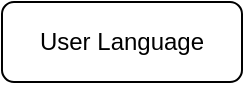
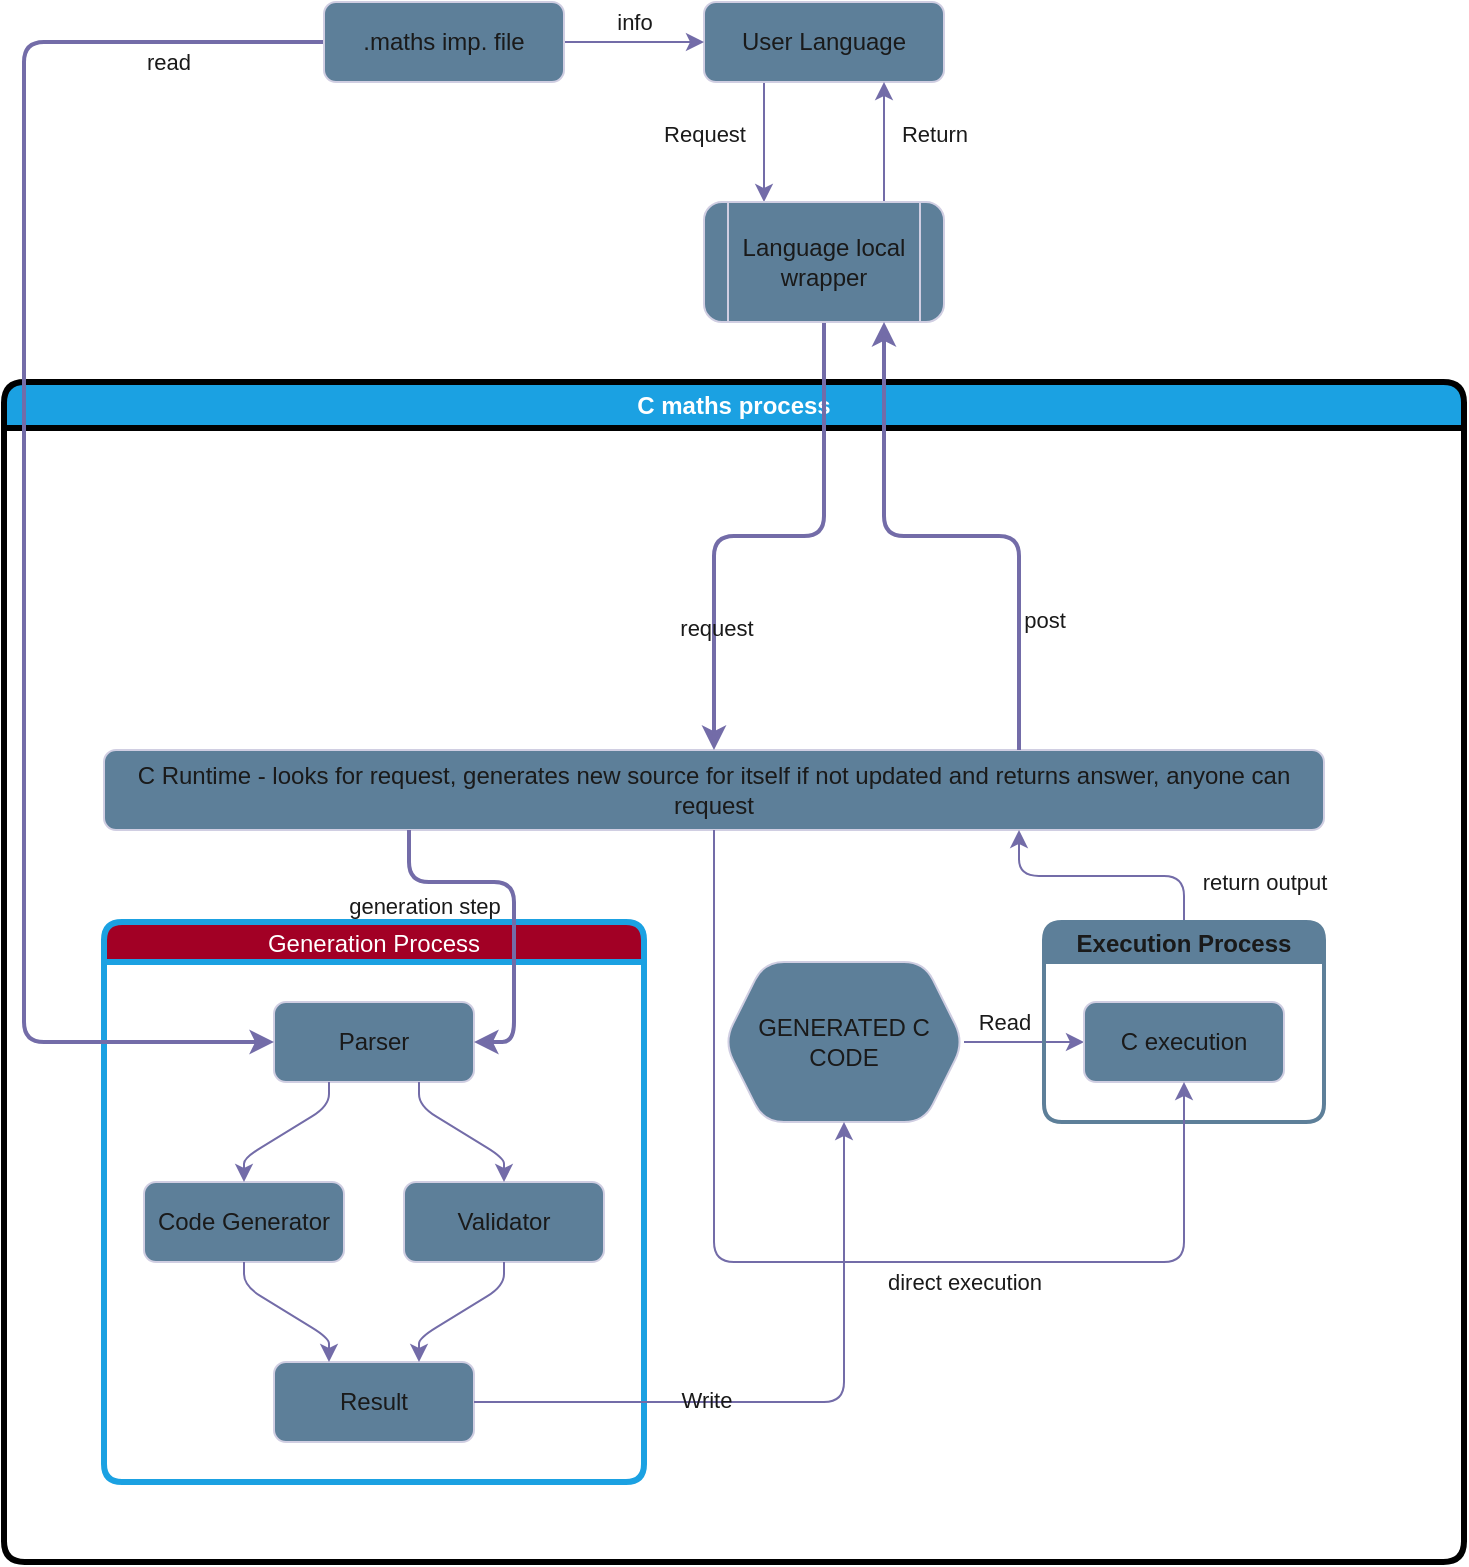
<mxfile host="Electron">
  <diagram name="Page-1" id="psxUy0d_adHFMmyrAewy">
-     <mxGraphModel dx="1412" dy="997" grid="1" gridSize="10" guides="1" tooltips="1" connect="1" arrows="1" fold="1" page="1" pageScale="1" pageWidth="1169" pageHeight="827" background="none" math="0" shadow="0" adaptiveColors="auto">
+     <mxGraphModel dx="510" dy="360" grid="1" gridSize="10" guides="1" tooltips="1" connect="1" arrows="1" fold="1" page="1" pageScale="1" pageWidth="1169" pageHeight="827" background="none" math="0" shadow="0" adaptiveColors="auto">
      <root>
        <mxCell id="0" />
        <mxCell id="1" parent="0" />
-         <mxCell id="f3RW_dcl9wstU-gMcRCD-15" edge="1" parent="1" source="f3RW_dcl9wstU-gMcRCD-13" style="edgeStyle=orthogonalEdgeStyle;rounded=1;orthogonalLoop=1;jettySize=auto;html=1;exitX=0.25;exitY=1;exitDx=0;exitDy=0;entryX=0.25;entryY=0;entryDx=0;entryDy=0;labelBackgroundColor=none;fontColor=default;" target="f3RW_dcl9wstU-gMcRCD-14">
+         <mxCell id="f3RW_dcl9wstU-gMcRCD-69" parent="1" style="swimlane;whiteSpace=wrap;html=1;labelBackgroundColor=none;rounded=1;swimlaneFillColor=light-dark(#FFFFFF,#1A1A1A);fillStyle=auto;fillColor=light-dark(#1BA1E2,#FFE599);fontColor=#ffffff;strokeColor=light-dark(#000000,#FFCC99);strokeWidth=3;" value="C maths process" vertex="1">
+           <mxGeometry height="590" width="730" x="210" y="230" as="geometry" />
+         </mxCell>
+         <mxCell id="f3RW_dcl9wstU-gMcRCD-88" parent="f3RW_dcl9wstU-gMcRCD-69" style="rounded=1;whiteSpace=wrap;html=1;labelBackgroundColor=none;fillColor=#5D7F99;strokeColor=#D0CEE2;fontColor=#1A1A1A;" value="C Runtime - looks for request, generates new source for itself if not updated and returns answer, anyone can request" vertex="1">
+           <mxGeometry height="40" width="610" x="50" y="184" as="geometry" />
+         </mxCell>
+         <mxCell id="f3RW_dcl9wstU-gMcRCD-15" edge="1" parent="1" source="f3RW_dcl9wstU-gMcRCD-13" style="edgeStyle=orthogonalEdgeStyle;rounded=1;orthogonalLoop=1;jettySize=auto;html=1;exitX=0.25;exitY=1;exitDx=0;exitDy=0;entryX=0.25;entryY=0;entryDx=0;entryDy=0;labelBackgroundColor=none;fontColor=default;strokeColor=#736CA8;" target="f3RW_dcl9wstU-gMcRCD-14">
          <mxGeometry relative="1" as="geometry" />
        </mxCell>
-         <mxCell id="f3RW_dcl9wstU-gMcRCD-17" connectable="0" parent="f3RW_dcl9wstU-gMcRCD-15" style="edgeLabel;html=1;align=center;verticalAlign=middle;resizable=0;points=[];labelBackgroundColor=none;rounded=1;" value="Request" vertex="1">
+         <mxCell id="f3RW_dcl9wstU-gMcRCD-17" connectable="0" parent="f3RW_dcl9wstU-gMcRCD-15" style="edgeLabel;html=1;align=center;verticalAlign=middle;resizable=0;points=[];labelBackgroundColor=none;rounded=1;fontColor=#1A1A1A;" value="Request" vertex="1">
          <mxGeometry relative="1" x="-0.1533" as="geometry">
            <mxPoint x="-30" as="offset" />
          </mxGeometry>
        </mxCell>
-         <mxCell id="f3RW_dcl9wstU-gMcRCD-13" parent="1" style="rounded=1;whiteSpace=wrap;html=1;labelBackgroundColor=none;" value="User Language" vertex="1">
+         <mxCell id="f3RW_dcl9wstU-gMcRCD-13" parent="1" style="rounded=1;whiteSpace=wrap;html=1;labelBackgroundColor=none;fillColor=#5D7F99;strokeColor=#D0CEE2;fontColor=#1A1A1A;" value="User Language" vertex="1">
          <mxGeometry height="40" width="120" x="560" y="40" as="geometry" />
        </mxCell>
-         <mxCell id="f3RW_dcl9wstU-gMcRCD-16" edge="1" parent="1" source="f3RW_dcl9wstU-gMcRCD-14" style="edgeStyle=orthogonalEdgeStyle;rounded=1;orthogonalLoop=1;jettySize=auto;html=1;exitX=0.75;exitY=0;exitDx=0;exitDy=0;entryX=0.75;entryY=1;entryDx=0;entryDy=0;labelBackgroundColor=none;fontColor=default;" target="f3RW_dcl9wstU-gMcRCD-13">
+         <mxCell id="f3RW_dcl9wstU-gMcRCD-16" edge="1" parent="1" source="f3RW_dcl9wstU-gMcRCD-14" style="edgeStyle=orthogonalEdgeStyle;rounded=1;orthogonalLoop=1;jettySize=auto;html=1;exitX=0.75;exitY=0;exitDx=0;exitDy=0;entryX=0.75;entryY=1;entryDx=0;entryDy=0;labelBackgroundColor=none;fontColor=default;strokeColor=#736CA8;" target="f3RW_dcl9wstU-gMcRCD-13">
          <mxGeometry relative="1" as="geometry" />
        </mxCell>
-         <mxCell id="f3RW_dcl9wstU-gMcRCD-18" connectable="0" parent="f3RW_dcl9wstU-gMcRCD-16" style="edgeLabel;html=1;align=center;verticalAlign=middle;resizable=0;points=[];labelBackgroundColor=none;rounded=1;" value="Return" vertex="1">
+         <mxCell id="f3RW_dcl9wstU-gMcRCD-18" connectable="0" parent="f3RW_dcl9wstU-gMcRCD-16" style="edgeLabel;html=1;align=center;verticalAlign=middle;resizable=0;points=[];labelBackgroundColor=none;rounded=1;fontColor=#1A1A1A;" value="Return" vertex="1">
          <mxGeometry relative="1" x="0.1267" as="geometry">
            <mxPoint x="25" as="offset" />
          </mxGeometry>
        </mxCell>
- <<<<<<< HEAD
-         <mxCell id="f3RW_dcl9wstU-gMcRCD-92" edge="1" parent="1" source="f3RW_dcl9wstU-gMcRCD-14" style="edgeStyle=orthogonalEdgeStyle;rounded=1;orthogonalLoop=1;jettySize=auto;html=1;entryX=0.5;entryY=0;entryDx=0;entryDy=0;curved=0;" target="f3RW_dcl9wstU-gMcRCD-88">
+         <mxCell id="f3RW_dcl9wstU-gMcRCD-92" edge="1" parent="1" source="f3RW_dcl9wstU-gMcRCD-14" style="edgeStyle=orthogonalEdgeStyle;rounded=1;orthogonalLoop=1;jettySize=auto;html=1;entryX=0.5;entryY=0;entryDx=0;entryDy=0;curved=0;labelBackgroundColor=none;strokeColor=#736CA8;fontColor=default;strokeWidth=2;" target="f3RW_dcl9wstU-gMcRCD-88">
          <mxGeometry relative="1" as="geometry" />
        </mxCell>
-         <mxCell id="f3RW_dcl9wstU-gMcRCD-98" connectable="0" parent="f3RW_dcl9wstU-gMcRCD-92" style="edgeLabel;html=1;align=center;verticalAlign=middle;resizable=0;points=[];" value="request" vertex="1">
+         <mxCell id="f3RW_dcl9wstU-gMcRCD-98" connectable="0" parent="f3RW_dcl9wstU-gMcRCD-92" style="edgeLabel;html=1;align=center;verticalAlign=middle;resizable=0;points=[];labelBackgroundColor=none;fontColor=#1A1A1A;" value="request" vertex="1">
          <mxGeometry relative="1" x="0.5455" y="1" as="geometry">
            <mxPoint as="offset" />
- =======
-         <mxCell id="f3RW_dcl9wstU-gMcRCD-104" edge="1" parent="1" source="f3RW_dcl9wstU-gMcRCD-14" style="edgeStyle=orthogonalEdgeStyle;rounded=1;orthogonalLoop=1;jettySize=auto;html=1;exitX=0.25;exitY=1;exitDx=0;exitDy=0;entryX=0.5;entryY=0;entryDx=0;entryDy=0;curved=0;" target="f3RW_dcl9wstU-gMcRCD-100">
-           <mxGeometry relative="1" as="geometry">
-             <Array as="points">
-               <mxPoint x="590" y="220" />
-               <mxPoint x="555" y="220" />
-             </Array>
- >>>>>>> 6be4e7c (creating listener)
          </mxGeometry>
        </mxCell>
-         <mxCell id="f3RW_dcl9wstU-gMcRCD-14" parent="1" style="shape=process;whiteSpace=wrap;html=1;backgroundOutline=1;labelBackgroundColor=none;rounded=1;" value="Language local wrapper" vertex="1">
+         <mxCell id="f3RW_dcl9wstU-gMcRCD-14" parent="1" style="shape=process;whiteSpace=wrap;html=1;backgroundOutline=1;labelBackgroundColor=none;rounded=1;fillColor=#5D7F99;strokeColor=#D0CEE2;fontColor=#1A1A1A;" value="Language local wrapper" vertex="1">
          <mxGeometry height="60" width="120" x="560" y="140" as="geometry" />
        </mxCell>
-         <mxCell id="f3RW_dcl9wstU-gMcRCD-26" parent="1" style="swimlane;startSize=20;horizontal=1;childLayout=flowLayout;flowOrientation=north;resizable=0;interRankCellSpacing=50;containerType=tree;fontSize=12;fontStyle=0;labelBackgroundColor=none;rounded=1;" value="Generation Process" vertex="1">
+         <mxCell id="f3RW_dcl9wstU-gMcRCD-26" parent="1" style="swimlane;startSize=20;horizontal=1;childLayout=flowLayout;flowOrientation=north;resizable=0;interRankCellSpacing=50;containerType=tree;fontSize=12;fontStyle=0;labelBackgroundColor=none;rounded=1;fillColor=light-dark(#A20025,#FF9933);strokeColor=light-dark(#1BA1E2,#FF9933);fontColor=#ffffff;swimlaneFillColor=light-dark(#FFFFFF,#006600);strokeWidth=3;" value="Generation Process" vertex="1">
          <mxGeometry height="280" width="270" x="260" y="500" as="geometry" />
        </mxCell>
-         <mxCell id="f3RW_dcl9wstU-gMcRCD-27" parent="f3RW_dcl9wstU-gMcRCD-26" style="whiteSpace=wrap;html=1;labelBackgroundColor=none;rounded=1;" value="Parser" vertex="1">
+         <mxCell id="f3RW_dcl9wstU-gMcRCD-27" parent="f3RW_dcl9wstU-gMcRCD-26" style="whiteSpace=wrap;html=1;labelBackgroundColor=none;rounded=1;fillColor=#5D7F99;strokeColor=#D0CEE2;fontColor=#1A1A1A;" value="Parser" vertex="1">
          <mxGeometry height="40" width="100" x="85" y="40" as="geometry" />
        </mxCell>
-         <mxCell id="f3RW_dcl9wstU-gMcRCD-28" parent="f3RW_dcl9wstU-gMcRCD-26" style="whiteSpace=wrap;html=1;labelBackgroundColor=none;rounded=1;" value="Code Generator" vertex="1">
+         <mxCell id="f3RW_dcl9wstU-gMcRCD-28" parent="f3RW_dcl9wstU-gMcRCD-26" style="whiteSpace=wrap;html=1;labelBackgroundColor=none;rounded=1;fillColor=#5D7F99;strokeColor=#D0CEE2;fontColor=#1A1A1A;" value="Code Generator" vertex="1">
          <mxGeometry height="40" width="100" x="20" y="130" as="geometry" />
        </mxCell>
-         <mxCell id="f3RW_dcl9wstU-gMcRCD-29" edge="1" parent="f3RW_dcl9wstU-gMcRCD-26" source="f3RW_dcl9wstU-gMcRCD-27" style="html=1;rounded=1;curved=0;sourcePerimeterSpacing=0;targetPerimeterSpacing=0;startSize=6;endSize=6;noEdgeStyle=1;orthogonal=1;labelBackgroundColor=none;fontColor=default;" target="f3RW_dcl9wstU-gMcRCD-28" value="">
+         <mxCell id="f3RW_dcl9wstU-gMcRCD-29" edge="1" parent="f3RW_dcl9wstU-gMcRCD-26" source="f3RW_dcl9wstU-gMcRCD-27" style="html=1;rounded=1;curved=0;sourcePerimeterSpacing=0;targetPerimeterSpacing=0;startSize=6;endSize=6;noEdgeStyle=1;orthogonal=1;labelBackgroundColor=none;fontColor=default;strokeColor=#736CA8;" target="f3RW_dcl9wstU-gMcRCD-28" value="">
          <mxGeometry relative="1" as="geometry">
            <Array as="points">
              <mxPoint x="112.5" y="92" />
              <mxPoint x="70" y="118" />
            </Array>
          </mxGeometry>
        </mxCell>
-         <mxCell id="f3RW_dcl9wstU-gMcRCD-30" parent="f3RW_dcl9wstU-gMcRCD-26" style="whiteSpace=wrap;html=1;labelBackgroundColor=none;rounded=1;" value="Validator" vertex="1">
+         <mxCell id="f3RW_dcl9wstU-gMcRCD-30" parent="f3RW_dcl9wstU-gMcRCD-26" style="whiteSpace=wrap;html=1;labelBackgroundColor=none;rounded=1;fillColor=#5D7F99;strokeColor=#D0CEE2;fontColor=#1A1A1A;" value="Validator" vertex="1">
          <mxGeometry height="40" width="100" x="150" y="130" as="geometry" />
        </mxCell>
-         <mxCell id="f3RW_dcl9wstU-gMcRCD-31" edge="1" parent="f3RW_dcl9wstU-gMcRCD-26" source="f3RW_dcl9wstU-gMcRCD-27" style="html=1;rounded=1;curved=0;sourcePerimeterSpacing=0;targetPerimeterSpacing=0;startSize=6;endSize=6;noEdgeStyle=1;orthogonal=1;labelBackgroundColor=none;fontColor=default;" target="f3RW_dcl9wstU-gMcRCD-30" value="">
+         <mxCell id="f3RW_dcl9wstU-gMcRCD-31" edge="1" parent="f3RW_dcl9wstU-gMcRCD-26" source="f3RW_dcl9wstU-gMcRCD-27" style="html=1;rounded=1;curved=0;sourcePerimeterSpacing=0;targetPerimeterSpacing=0;startSize=6;endSize=6;noEdgeStyle=1;orthogonal=1;labelBackgroundColor=none;fontColor=default;strokeColor=#736CA8;" target="f3RW_dcl9wstU-gMcRCD-30" value="">
          <mxGeometry relative="1" as="geometry">
            <Array as="points">
              <mxPoint x="157.5" y="92" />
              <mxPoint x="200" y="118" />
            </Array>
          </mxGeometry>
        </mxCell>
-         <mxCell id="f3RW_dcl9wstU-gMcRCD-32" parent="f3RW_dcl9wstU-gMcRCD-26" style="whiteSpace=wrap;html=1;labelBackgroundColor=none;rounded=1;" value="Result" vertex="1">
+         <mxCell id="f3RW_dcl9wstU-gMcRCD-32" parent="f3RW_dcl9wstU-gMcRCD-26" style="whiteSpace=wrap;html=1;labelBackgroundColor=none;rounded=1;fillColor=#5D7F99;strokeColor=#D0CEE2;fontColor=#1A1A1A;" value="Result" vertex="1">
          <mxGeometry height="40" width="100" x="85" y="220" as="geometry" />
        </mxCell>
-         <mxCell id="f3RW_dcl9wstU-gMcRCD-33" edge="1" parent="f3RW_dcl9wstU-gMcRCD-26" source="f3RW_dcl9wstU-gMcRCD-28" style="html=1;rounded=1;curved=0;sourcePerimeterSpacing=0;targetPerimeterSpacing=0;startSize=6;endSize=6;noEdgeStyle=1;orthogonal=1;labelBackgroundColor=none;fontColor=default;" target="f3RW_dcl9wstU-gMcRCD-32" value="">
+         <mxCell id="f3RW_dcl9wstU-gMcRCD-33" edge="1" parent="f3RW_dcl9wstU-gMcRCD-26" source="f3RW_dcl9wstU-gMcRCD-28" style="html=1;rounded=1;curved=0;sourcePerimeterSpacing=0;targetPerimeterSpacing=0;startSize=6;endSize=6;noEdgeStyle=1;orthogonal=1;labelBackgroundColor=none;fontColor=default;strokeColor=#736CA8;" target="f3RW_dcl9wstU-gMcRCD-32" value="">
          <mxGeometry relative="1" as="geometry">
            <Array as="points">
              <mxPoint x="70" y="182" />
              <mxPoint x="112.5" y="208" />
            </Array>
          </mxGeometry>
        </mxCell>
-         <mxCell id="f3RW_dcl9wstU-gMcRCD-34" edge="1" parent="f3RW_dcl9wstU-gMcRCD-26" source="f3RW_dcl9wstU-gMcRCD-30" style="html=1;rounded=1;curved=0;sourcePerimeterSpacing=0;targetPerimeterSpacing=0;startSize=6;endSize=6;noEdgeStyle=1;orthogonal=1;labelBackgroundColor=none;fontColor=default;" target="f3RW_dcl9wstU-gMcRCD-32" value="">
+         <mxCell id="f3RW_dcl9wstU-gMcRCD-34" edge="1" parent="f3RW_dcl9wstU-gMcRCD-26" source="f3RW_dcl9wstU-gMcRCD-30" style="html=1;rounded=1;curved=0;sourcePerimeterSpacing=0;targetPerimeterSpacing=0;startSize=6;endSize=6;noEdgeStyle=1;orthogonal=1;labelBackgroundColor=none;fontColor=default;strokeColor=#736CA8;" target="f3RW_dcl9wstU-gMcRCD-32" value="">
          <mxGeometry relative="1" as="geometry">
            <Array as="points">
              <mxPoint x="200" y="182" />
              <mxPoint x="157.5" y="208" />
            </Array>
          </mxGeometry>
        </mxCell>
-         <mxCell id="f3RW_dcl9wstU-gMcRCD-39" edge="1" parent="1" source="f3RW_dcl9wstU-gMcRCD-38" style="edgeStyle=orthogonalEdgeStyle;rounded=1;orthogonalLoop=1;jettySize=auto;html=1;entryX=0;entryY=0.5;entryDx=0;entryDy=0;labelBackgroundColor=none;fontColor=default;" target="f3RW_dcl9wstU-gMcRCD-13">
+         <mxCell id="f3RW_dcl9wstU-gMcRCD-39" edge="1" parent="1" source="f3RW_dcl9wstU-gMcRCD-38" style="edgeStyle=orthogonalEdgeStyle;rounded=1;orthogonalLoop=1;jettySize=auto;html=1;entryX=0;entryY=0.5;entryDx=0;entryDy=0;labelBackgroundColor=none;fontColor=default;strokeColor=#736CA8;" target="f3RW_dcl9wstU-gMcRCD-13">
          <mxGeometry relative="1" as="geometry" />
        </mxCell>
-         <mxCell id="f3RW_dcl9wstU-gMcRCD-40" connectable="0" parent="f3RW_dcl9wstU-gMcRCD-39" style="edgeLabel;html=1;align=center;verticalAlign=middle;resizable=0;points=[];labelBackgroundColor=none;rounded=1;" value="info" vertex="1">
+         <mxCell id="f3RW_dcl9wstU-gMcRCD-40" connectable="0" parent="f3RW_dcl9wstU-gMcRCD-39" style="edgeLabel;html=1;align=center;verticalAlign=middle;resizable=0;points=[];labelBackgroundColor=none;rounded=1;fontColor=#1A1A1A;" value="info" vertex="1">
          <mxGeometry relative="1" x="0.0019" y="1" as="geometry">
            <mxPoint y="-9" as="offset" />
          </mxGeometry>
        </mxCell>
-         <mxCell id="f3RW_dcl9wstU-gMcRCD-41" edge="1" parent="1" source="f3RW_dcl9wstU-gMcRCD-38" style="edgeStyle=orthogonalEdgeStyle;rounded=1;orthogonalLoop=1;jettySize=auto;html=1;entryX=0;entryY=0.5;entryDx=0;entryDy=0;labelBackgroundColor=none;fontColor=default;" target="f3RW_dcl9wstU-gMcRCD-27">
+         <mxCell id="f3RW_dcl9wstU-gMcRCD-41" edge="1" parent="1" source="f3RW_dcl9wstU-gMcRCD-38" style="edgeStyle=orthogonalEdgeStyle;rounded=1;orthogonalLoop=1;jettySize=auto;html=1;entryX=0;entryY=0.5;entryDx=0;entryDy=0;labelBackgroundColor=none;fontColor=default;strokeColor=#736CA8;startSize=6;strokeWidth=2;" target="f3RW_dcl9wstU-gMcRCD-27">
          <mxGeometry relative="1" as="geometry">
            <Array as="points">
              <mxPoint x="220" y="60" />
              <mxPoint x="220" y="560" />
            </Array>
            <mxPoint x="340" y="290" as="targetPoint" />
          </mxGeometry>
        </mxCell>
-         <mxCell id="f3RW_dcl9wstU-gMcRCD-38" parent="1" style="rounded=1;whiteSpace=wrap;html=1;labelBackgroundColor=none;" value=".maths imp. file" vertex="1">
+         <mxCell id="5GwrHA7BREEC_FhTgs8e-1" connectable="0" parent="f3RW_dcl9wstU-gMcRCD-41" style="edgeLabel;html=1;align=center;verticalAlign=middle;resizable=0;points=[];labelBackgroundColor=none;fontColor=#1A1A1A;" value="read" vertex="1">
+           <mxGeometry relative="1" x="-0.7987" y="-4" as="geometry">
+             <mxPoint y="14" as="offset" />
+           </mxGeometry>
+         </mxCell>
+         <mxCell id="f3RW_dcl9wstU-gMcRCD-38" parent="1" style="rounded=1;whiteSpace=wrap;html=1;labelBackgroundColor=none;fillColor=#5D7F99;strokeColor=#D0CEE2;fontColor=#1A1A1A;" value=".maths imp. file" vertex="1">
          <mxGeometry height="40" width="120" x="370" y="40" as="geometry" />
        </mxCell>
-         <mxCell id="f3RW_dcl9wstU-gMcRCD-55" edge="1" parent="1" source="f3RW_dcl9wstU-gMcRCD-42" style="edgeStyle=orthogonalEdgeStyle;rounded=1;orthogonalLoop=1;jettySize=auto;html=1;entryX=0;entryY=0.5;entryDx=0;entryDy=0;labelBackgroundColor=none;fontColor=default;" target="f3RW_dcl9wstU-gMcRCD-46">
+         <mxCell id="f3RW_dcl9wstU-gMcRCD-55" edge="1" parent="1" source="f3RW_dcl9wstU-gMcRCD-42" style="edgeStyle=orthogonalEdgeStyle;rounded=1;orthogonalLoop=1;jettySize=auto;html=1;entryX=0;entryY=0.5;entryDx=0;entryDy=0;labelBackgroundColor=none;fontColor=default;strokeColor=#736CA8;" target="f3RW_dcl9wstU-gMcRCD-46">
          <mxGeometry relative="1" as="geometry" />
        </mxCell>
-         <mxCell id="f3RW_dcl9wstU-gMcRCD-56" connectable="0" parent="f3RW_dcl9wstU-gMcRCD-55" style="edgeLabel;html=1;align=center;verticalAlign=middle;resizable=0;points=[];labelBackgroundColor=none;rounded=1;" value="Read" vertex="1">
+         <mxCell id="f3RW_dcl9wstU-gMcRCD-56" connectable="0" parent="f3RW_dcl9wstU-gMcRCD-55" style="edgeLabel;html=1;align=center;verticalAlign=middle;resizable=0;points=[];labelBackgroundColor=none;rounded=1;fontColor=#1A1A1A;" value="Read" vertex="1">
          <mxGeometry relative="1" x="-0.472" y="2" as="geometry">
            <mxPoint x="4" y="-8" as="offset" />
          </mxGeometry>
        </mxCell>
-         <mxCell id="f3RW_dcl9wstU-gMcRCD-42" parent="1" style="shape=hexagon;perimeter=hexagonPerimeter2;whiteSpace=wrap;html=1;fixedSize=1;labelBackgroundColor=none;rounded=1;" value="GENERATED C CODE" vertex="1">
+         <mxCell id="f3RW_dcl9wstU-gMcRCD-42" parent="1" style="shape=hexagon;perimeter=hexagonPerimeter2;whiteSpace=wrap;html=1;fixedSize=1;labelBackgroundColor=none;rounded=1;fillColor=#5D7F99;strokeColor=#D0CEE2;fontColor=#1A1A1A;" value="GENERATED C CODE" vertex="1">
          <mxGeometry height="80" width="120" x="570" y="520" as="geometry" />
        </mxCell>
-         <mxCell id="f3RW_dcl9wstU-gMcRCD-43" edge="1" parent="1" source="f3RW_dcl9wstU-gMcRCD-32" style="edgeStyle=orthogonalEdgeStyle;rounded=1;orthogonalLoop=1;jettySize=auto;html=1;labelBackgroundColor=none;fontColor=default;" target="f3RW_dcl9wstU-gMcRCD-42">
+         <mxCell id="f3RW_dcl9wstU-gMcRCD-43" edge="1" parent="1" source="f3RW_dcl9wstU-gMcRCD-32" style="edgeStyle=orthogonalEdgeStyle;rounded=1;orthogonalLoop=1;jettySize=auto;html=1;labelBackgroundColor=none;fontColor=default;strokeColor=#736CA8;" target="f3RW_dcl9wstU-gMcRCD-42">
          <mxGeometry relative="1" as="geometry" />
        </mxCell>
-         <mxCell id="f3RW_dcl9wstU-gMcRCD-44" connectable="0" parent="f3RW_dcl9wstU-gMcRCD-43" style="edgeLabel;html=1;align=center;verticalAlign=middle;resizable=0;points=[];labelBackgroundColor=none;rounded=1;" value="Write" vertex="1">
+         <mxCell id="f3RW_dcl9wstU-gMcRCD-44" connectable="0" parent="f3RW_dcl9wstU-gMcRCD-43" style="edgeLabel;html=1;align=center;verticalAlign=middle;resizable=0;points=[];labelBackgroundColor=none;rounded=1;fontColor=#1A1A1A;" value="Write" vertex="1">
          <mxGeometry relative="1" x="-0.2882" y="1" as="geometry">
            <mxPoint as="offset" />
          </mxGeometry>
        </mxCell>
-         <mxCell id="f3RW_dcl9wstU-gMcRCD-89" edge="1" parent="1" source="f3RW_dcl9wstU-gMcRCD-45" style="edgeStyle=orthogonalEdgeStyle;rounded=1;orthogonalLoop=1;jettySize=auto;html=1;entryX=0.75;entryY=1;entryDx=0;entryDy=0;curved=0;" target="f3RW_dcl9wstU-gMcRCD-88">
+         <mxCell id="f3RW_dcl9wstU-gMcRCD-89" edge="1" parent="1" source="f3RW_dcl9wstU-gMcRCD-45" style="edgeStyle=orthogonalEdgeStyle;rounded=1;orthogonalLoop=1;jettySize=auto;html=1;entryX=0.75;entryY=1;entryDx=0;entryDy=0;curved=0;labelBackgroundColor=none;strokeColor=#736CA8;fontColor=default;" target="f3RW_dcl9wstU-gMcRCD-88">
          <mxGeometry relative="1" as="geometry" />
        </mxCell>
-         <mxCell id="f3RW_dcl9wstU-gMcRCD-97" connectable="0" parent="f3RW_dcl9wstU-gMcRCD-89" style="edgeLabel;html=1;align=center;verticalAlign=middle;resizable=0;points=[];" value="return output" vertex="1">
+         <mxCell id="f3RW_dcl9wstU-gMcRCD-97" connectable="0" parent="f3RW_dcl9wstU-gMcRCD-89" style="edgeLabel;html=1;align=center;verticalAlign=middle;resizable=0;points=[];labelBackgroundColor=none;fontColor=#1A1A1A;" value="return output" vertex="1">
          <mxGeometry relative="1" x="-0.5896" y="2" as="geometry">
            <mxPoint x="43" y="1" as="offset" />
          </mxGeometry>
        </mxCell>
-         <mxCell id="f3RW_dcl9wstU-gMcRCD-45" parent="1" style="swimlane;startSize=20;horizontal=1;childLayout=flowLayout;flowOrientation=north;resizable=0;interRankCellSpacing=50;containerType=tree;fontSize=12;labelBackgroundColor=none;rounded=1;" value="Execution Process" vertex="1">
+         <mxCell id="f3RW_dcl9wstU-gMcRCD-45" parent="1" style="swimlane;startSize=20;horizontal=1;childLayout=flowLayout;flowOrientation=north;resizable=0;interRankCellSpacing=50;containerType=tree;fontSize=12;labelBackgroundColor=none;rounded=1;fillColor=light-dark(#5D7F99,#67AB9F);strokeColor=light-dark(#5D7F99,#67AB9F);fontColor=#1A1A1A;strokeWidth=2;" value="Execution Process" vertex="1">
          <mxGeometry height="100" width="140" x="730" y="500" as="geometry" />
        </mxCell>
-         <mxCell id="f3RW_dcl9wstU-gMcRCD-46" parent="f3RW_dcl9wstU-gMcRCD-45" style="whiteSpace=wrap;html=1;labelBackgroundColor=none;rounded=1;" value="C execution" vertex="1">
+         <mxCell id="f3RW_dcl9wstU-gMcRCD-46" parent="f3RW_dcl9wstU-gMcRCD-45" style="whiteSpace=wrap;html=1;labelBackgroundColor=none;rounded=1;fillColor=#5D7F99;strokeColor=#D0CEE2;fontColor=#1A1A1A;" value="C execution" vertex="1">
          <mxGeometry height="40" width="100" x="20" y="40" as="geometry" />
        </mxCell>
-         <mxCell id="f3RW_dcl9wstU-gMcRCD-69" parent="1" style="swimlane;whiteSpace=wrap;html=1;labelBackgroundColor=none;rounded=1;" value="C maths process" vertex="1">
-           <mxGeometry height="590" width="730" x="210" y="230" as="geometry" />
-         </mxCell>
-         <mxCell id="f3RW_dcl9wstU-gMcRCD-88" parent="f3RW_dcl9wstU-gMcRCD-69" style="rounded=1;whiteSpace=wrap;html=1;labelBackgroundColor=none;" value="C Runtime - looks for request, generates new source for itself if not updated and returns answer, anyone can request" vertex="1">
- <<<<<<< HEAD
-           <mxGeometry height="40" width="610" x="50" y="184" as="geometry" />
- =======
-           <mxGeometry height="40" width="610" x="40" y="110" as="geometry" />
-         </mxCell>
-         <mxCell id="f3RW_dcl9wstU-gMcRCD-103" edge="1" parent="f3RW_dcl9wstU-gMcRCD-69" source="f3RW_dcl9wstU-gMcRCD-100" style="edgeStyle=orthogonalEdgeStyle;rounded=0;orthogonalLoop=1;jettySize=auto;html=1;entryX=0.5;entryY=0;entryDx=0;entryDy=0;" target="f3RW_dcl9wstU-gMcRCD-88">
-           <mxGeometry relative="1" as="geometry" />
-         </mxCell>
-         <mxCell id="f3RW_dcl9wstU-gMcRCD-100" parent="f3RW_dcl9wstU-gMcRCD-69" style="rounded=1;whiteSpace=wrap;html=1;" value="Queue" vertex="1">
-           <mxGeometry height="30" width="200" x="245" y="50" as="geometry" />
- >>>>>>> 6be4e7c (creating listener)
-         </mxCell>
-         <mxCell id="f3RW_dcl9wstU-gMcRCD-91" edge="1" parent="1" source="f3RW_dcl9wstU-gMcRCD-88" style="edgeStyle=orthogonalEdgeStyle;rounded=1;orthogonalLoop=1;jettySize=auto;html=1;exitX=0.25;exitY=1;exitDx=0;exitDy=0;entryX=1;entryY=0.5;entryDx=0;entryDy=0;curved=0;" target="f3RW_dcl9wstU-gMcRCD-27">
+         <mxCell id="f3RW_dcl9wstU-gMcRCD-91" edge="1" parent="1" source="f3RW_dcl9wstU-gMcRCD-88" style="edgeStyle=orthogonalEdgeStyle;rounded=1;orthogonalLoop=1;jettySize=auto;html=1;exitX=0.25;exitY=1;exitDx=0;exitDy=0;entryX=1;entryY=0.5;entryDx=0;entryDy=0;curved=0;labelBackgroundColor=none;strokeColor=#736CA8;fontColor=default;strokeWidth=2;" target="f3RW_dcl9wstU-gMcRCD-27">
          <mxGeometry relative="1" as="geometry">
            <Array as="points">
- <<<<<<< HEAD
              <mxPoint x="413" y="480" />
- =======
-               <mxPoint x="402" y="480" />
- >>>>>>> 6be4e7c (creating listener)
              <mxPoint x="465" y="480" />
              <mxPoint x="465" y="560" />
            </Array>
          </mxGeometry>
        </mxCell>
-         <mxCell id="f3RW_dcl9wstU-gMcRCD-96" connectable="0" parent="f3RW_dcl9wstU-gMcRCD-91" style="edgeLabel;html=1;align=center;verticalAlign=middle;resizable=0;points=[];" value="generation step" vertex="1">
+         <mxCell id="f3RW_dcl9wstU-gMcRCD-96" connectable="0" parent="f3RW_dcl9wstU-gMcRCD-91" style="edgeLabel;html=1;align=center;verticalAlign=middle;resizable=0;points=[];labelBackgroundColor=none;fontColor=#1A1A1A;" value="generation step" vertex="1">
          <mxGeometry relative="1" x="0.0103" y="3" as="geometry">
            <mxPoint x="-48" as="offset" />
          </mxGeometry>
        </mxCell>
-         <mxCell id="f3RW_dcl9wstU-gMcRCD-93" edge="1" parent="1" source="f3RW_dcl9wstU-gMcRCD-88" style="edgeStyle=orthogonalEdgeStyle;rounded=1;orthogonalLoop=1;jettySize=auto;html=1;exitX=0.75;exitY=0;exitDx=0;exitDy=0;entryX=0.75;entryY=1;entryDx=0;entryDy=0;curved=0;" target="f3RW_dcl9wstU-gMcRCD-14">
+         <mxCell id="f3RW_dcl9wstU-gMcRCD-93" edge="1" parent="1" source="f3RW_dcl9wstU-gMcRCD-88" style="edgeStyle=orthogonalEdgeStyle;rounded=1;orthogonalLoop=1;jettySize=auto;html=1;exitX=0.75;exitY=0;exitDx=0;exitDy=0;entryX=0.75;entryY=1;entryDx=0;entryDy=0;curved=0;labelBackgroundColor=none;strokeColor=#736CA8;fontColor=default;strokeWidth=2;" target="f3RW_dcl9wstU-gMcRCD-14">
          <mxGeometry relative="1" as="geometry">
            <mxPoint x="650" y="210" as="targetPoint" />
          </mxGeometry>
        </mxCell>
-         <mxCell id="f3RW_dcl9wstU-gMcRCD-99" connectable="0" parent="f3RW_dcl9wstU-gMcRCD-93" style="edgeLabel;html=1;align=center;verticalAlign=middle;resizable=0;points=[];" value="post" vertex="1">
+         <mxCell id="f3RW_dcl9wstU-gMcRCD-99" connectable="0" parent="f3RW_dcl9wstU-gMcRCD-93" style="edgeLabel;html=1;align=center;verticalAlign=middle;resizable=0;points=[];labelBackgroundColor=none;fontColor=#1A1A1A;" value="post" vertex="1">
          <mxGeometry relative="1" x="-0.5371" y="-1" as="geometry">
            <mxPoint x="11" as="offset" />
          </mxGeometry>
        </mxCell>
-         <mxCell id="f3RW_dcl9wstU-gMcRCD-94" edge="1" parent="1" source="f3RW_dcl9wstU-gMcRCD-88" style="edgeStyle=orthogonalEdgeStyle;rounded=1;orthogonalLoop=1;jettySize=auto;html=1;entryX=0.5;entryY=1;entryDx=0;entryDy=0;curved=0;" target="f3RW_dcl9wstU-gMcRCD-46">
+         <mxCell id="f3RW_dcl9wstU-gMcRCD-94" edge="1" parent="1" source="f3RW_dcl9wstU-gMcRCD-88" style="edgeStyle=orthogonalEdgeStyle;rounded=1;orthogonalLoop=1;jettySize=auto;html=1;entryX=0.5;entryY=1;entryDx=0;entryDy=0;curved=0;labelBackgroundColor=none;strokeColor=#736CA8;fontColor=default;" target="f3RW_dcl9wstU-gMcRCD-46">
          <mxGeometry relative="1" as="geometry">
            <Array as="points">
              <mxPoint x="565" y="670" />
              <mxPoint x="800" y="670" />
            </Array>
          </mxGeometry>
        </mxCell>
-         <mxCell id="f3RW_dcl9wstU-gMcRCD-95" connectable="0" parent="f3RW_dcl9wstU-gMcRCD-94" style="edgeLabel;html=1;align=center;verticalAlign=middle;resizable=0;points=[];" value="direct execution" vertex="1">
+         <mxCell id="f3RW_dcl9wstU-gMcRCD-95" connectable="0" parent="f3RW_dcl9wstU-gMcRCD-94" style="edgeLabel;html=1;align=center;verticalAlign=middle;resizable=0;points=[];labelBackgroundColor=none;fontColor=#1A1A1A;" value="direct execution" vertex="1">
          <mxGeometry relative="1" x="0.2083" y="-1" as="geometry">
            <mxPoint x="14" y="9" as="offset" />
          </mxGeometry>
        </mxCell>
      </root>
    </mxGraphModel>
  </diagram>
</mxfile>
